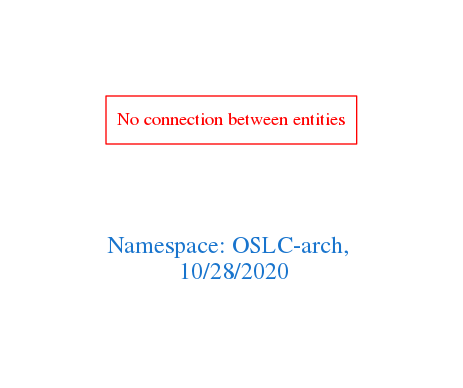
Above: downloads/OSLC-arch.png in arago/OGIT (Graphviz), before the change. Its source is kept beside it as downloads/OSLC-arch.dot.
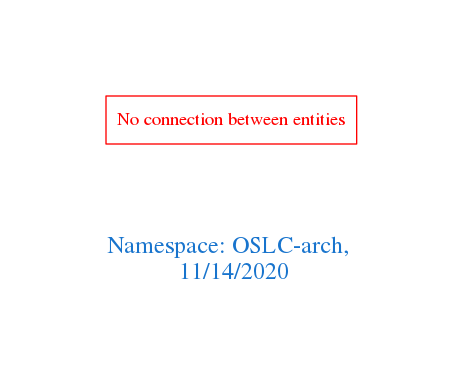
After the commit.

Diff of the diagram source:
```diff
@@ -1,7 +1,7 @@
 digraph OGIT_ontology {
  graph [ rankdir= LR,pad=1
 fontsize = 18,
-fontcolor= dodgerblue3,label = "\n\n\nNamespace: OSLC-arch, \n 10/28/2020"];
+fontcolor= dodgerblue3,label = "\n\n\nNamespace: OSLC-arch, \n 11/14/2020"];
 node[shape=polygon];
 edge [  color="gray81"];
 
```
